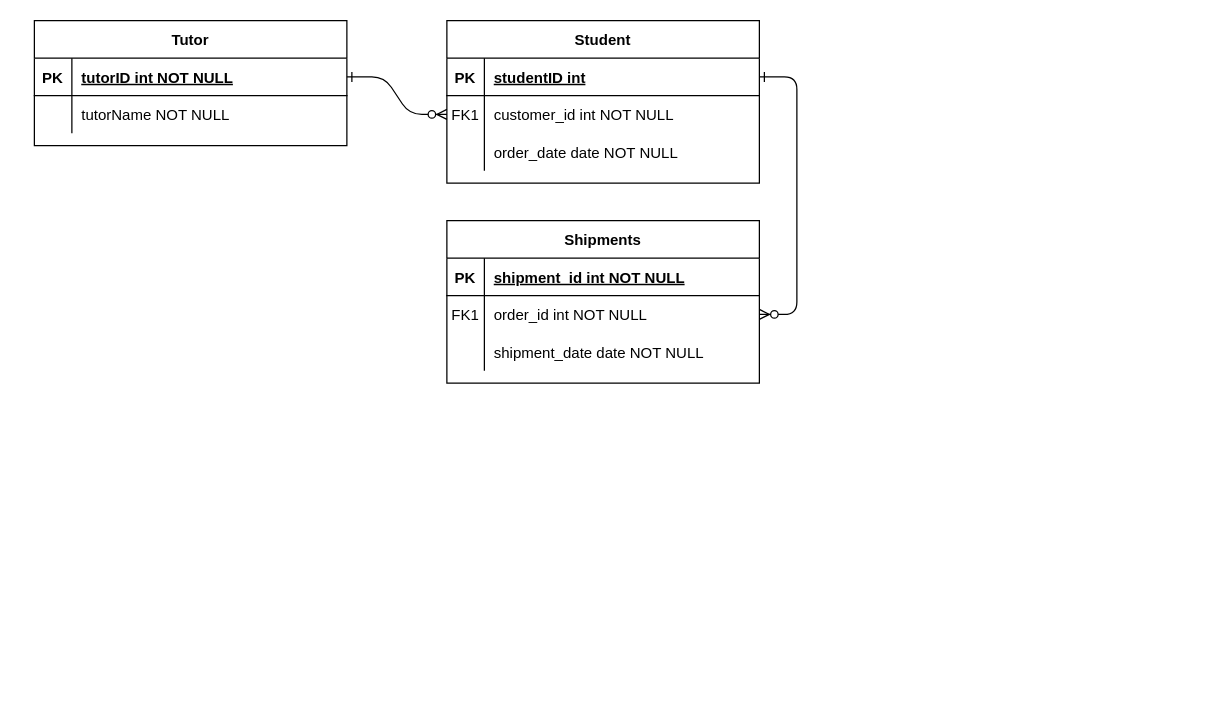
Above: Untitled Diagram.drawio in MuziCodes/Testing (draw.io), before the change. Source tidied: cells renumbered, new cells numbered last; positions are measured from the earlier drawing's top-left corner, leaving out a move shared by most shapes. Both pictures are drawn from the tidied source at 125%, with x=0, y=0 at pixel (34, 20).
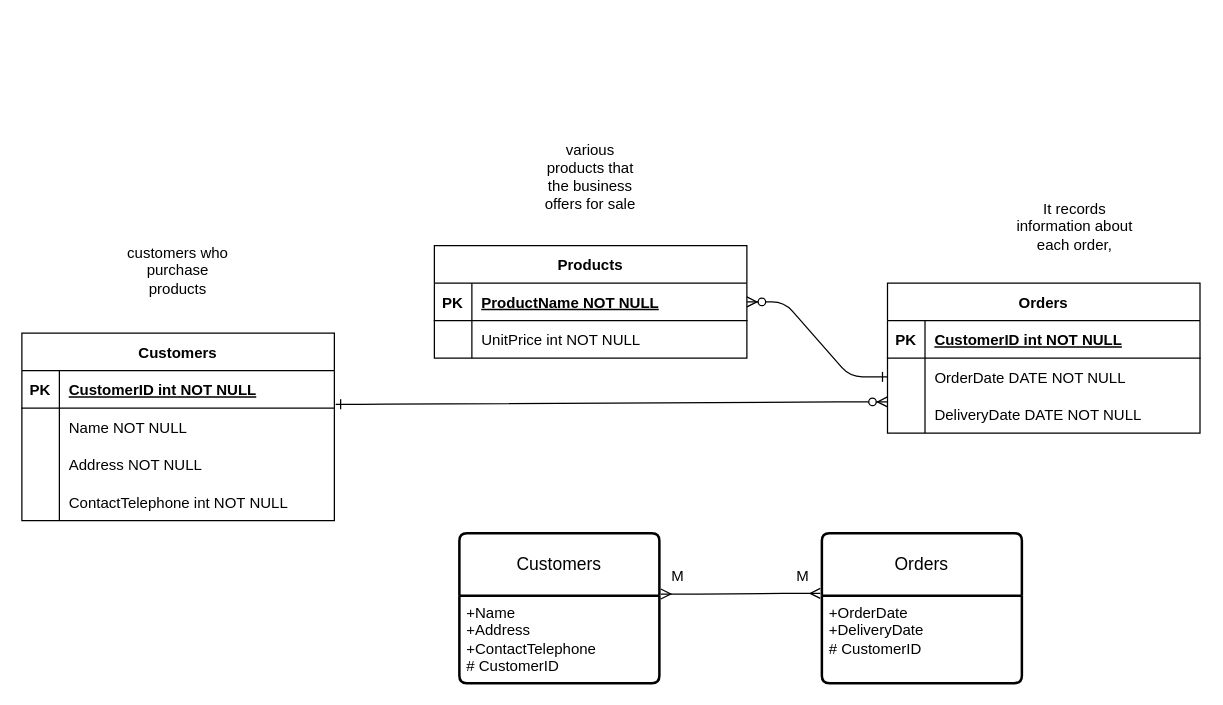
After the change.

Unchanged cells that the change refers to:
```xml
<mxCell id="5" style="shape=partialRectangle;fillColor=none;points=[[0,0.5],[1,0.5]];portConstraint=eastwest;top=0;left=0;right=0;bottom=1;" parent="4" vertex="1">
  <mxGeometry y="30" width="250" height="30" as="geometry" />
</mxCell>
<mxCell id="8" style="shape=partialRectangle;fillColor=none;points=[[0,0.5],[1,0.5]];portConstraint=eastwest;top=0;left=0;right=0;bottom=0;" parent="4" vertex="1">
  <mxGeometry y="60" width="250" height="30" as="geometry" />
</mxCell>
<mxCell id="15" style="shape=partialRectangle;fillColor=none;top=0;left=0;right=0;bottom=1;" parent="14" vertex="1">
  <mxGeometry y="30" width="250" height="30" as="geometry" />
</mxCell>
<mxCell id="18" style="shape=partialRectangle;fillColor=none;points=[[0,0.5],[1,0.5]];portConstraint=eastwest;top=0;left=0;right=0;bottom=0;" parent="14" vertex="1">
  <mxGeometry y="60" width="250" height="30" as="geometry" />
</mxCell>
<mxCell id="21" style="shape=partialRectangle;fillColor=none;top=0;left=0;right=0;bottom=0;" parent="14" vertex="1">
  <mxGeometry y="90" width="250" height="30" as="geometry" />
</mxCell>
```

The edit, as a diff of the source:
```diff
@@
-    <mxCell id="2" style="edgeStyle=entityRelationEdgeStyle;endArrow=ERzeroToMany;startArrow=ERone;endFill=1;startFill=0;" parent="1" edge="1" source="25" target="8">
-      <mxGeometry relative="1" as="geometry" />
+    <mxCell id="2" style="edgeStyle=entityRelationEdgeStyle;endArrow=ERzeroToMany;startArrow=ERone;endFill=1;startFill=0;exitX=1.004;exitY=0.898;exitDx=0;exitDy=0;exitPerimeter=0;" parent="1" edge="1" source="25">
+      <mxGeometry relative="1" as="geometry">
+        <mxPoint x="682.5" y="305" as="targetPoint" />
+      </mxGeometry>
     </mxCell>
-    <mxCell id="3" style="edgeStyle=entityRelationEdgeStyle;endArrow=ERzeroToMany;startArrow=ERone;endFill=1;startFill=0;" parent="1" edge="1" source="5" target="18">
+    <mxCell id="3" style="edgeStyle=entityRelationEdgeStyle;endArrow=ERzeroToMany;startArrow=ERone;endFill=1;startFill=0;exitX=0;exitY=0.5;exitDx=0;exitDy=0;entryX=1;entryY=0.5;entryDx=0;entryDy=0;" parent="1" edge="1" source="18" target="5">
       <mxGeometry relative="1" as="geometry" />
     </mxCell>
+    <mxCell id="24" value="Customers" style="shape=table;startSize=30;childLayout=tableLayout;rowLines=0;fontStyle=1;align=center;" parent="1" vertex="1">
+      <mxGeometry x="-10" y="250" width="250" height="150" as="geometry" />
+    </mxCell>
+    <mxCell id="25" style="shape=partialRectangle;fillColor=none;points=[[0,0.5],[1,0.5]];portConstraint=eastwest;top=0;left=0;right=0;bottom=1;" parent="24" vertex="1">
+      <mxGeometry y="30" width="250" height="30" as="geometry" />
+    </mxCell>
+    <mxCell id="26" value="PK" style="shape=partialRectangle;overflow=hidden;fillColor=none;top=0;left=0;bottom=0;right=0;fontStyle=1;" parent="25" vertex="1">
+      <mxGeometry width="30" height="30" as="geometry" />
+    </mxCell>
+    <mxCell id="27" value="CustomerID int NOT NULL" style="shape=partialRectangle;overflow=hidden;fillColor=none;top=0;left=0;bottom=0;right=0;align=left;spacingLeft=6;fontStyle=5;" parent="25" vertex="1">
+      <mxGeometry x="30" width="220" height="30" as="geometry" />
+    </mxCell>
+    <mxCell id="28" style="shape=partialRectangle;fillColor=none;top=0;left=0;right=0;bottom=0;" parent="24" vertex="1">
+      <mxGeometry y="60" width="250" height="30" as="geometry" />
+    </mxCell>
+    <mxCell id="29" style="shape=partialRectangle;overflow=hidden;fillColor=none;top=0;left=0;bottom=0;right=0;" parent="28" vertex="1">
+      <mxGeometry width="30" height="30" as="geometry" />
+    </mxCell>
+    <mxCell id="30" value="Name NOT NULL" style="shape=partialRectangle;overflow=hidden;fillColor=none;top=0;left=0;bottom=0;right=0;align=left;spacingLeft=6;" parent="28" vertex="1">
+      <mxGeometry x="30" width="220" height="30" as="geometry" />
+    </mxCell>
+    <mxCell id="11" style="shape=partialRectangle;fillColor=none;top=0;left=0;right=0;bottom=0;" parent="24" vertex="1">
+      <mxGeometry y="90" width="250" height="30" as="geometry" />
+    </mxCell>
+    <mxCell id="31" style="shape=partialRectangle;overflow=hidden;fillColor=none;top=0;left=0;bottom=0;right=0;" parent="11" vertex="1">
+      <mxGeometry width="30" height="30" as="geometry" />
+    </mxCell>
+    <mxCell id="32" value="Address NOT NULL" style="shape=partialRectangle;overflow=hidden;fillColor=none;top=0;left=0;bottom=0;right=0;align=left;spacingLeft=6;" parent="11" vertex="1">
+      <mxGeometry x="30" width="220" height="30" as="geometry" />
+    </mxCell>
+    <mxCell id="33" style="shape=partialRectangle;fillColor=none;top=0;left=0;right=0;bottom=0;" parent="24" vertex="1">
+      <mxGeometry y="120" width="250" height="30" as="geometry" />
+    </mxCell>
+    <mxCell id="34" style="shape=partialRectangle;overflow=hidden;fillColor=none;top=0;left=0;bottom=0;right=0;" parent="33" vertex="1">
+      <mxGeometry width="30" height="30" as="geometry" />
+    </mxCell>
+    <mxCell id="35" value="ContactTelephone int NOT NULL" style="shape=partialRectangle;overflow=hidden;fillColor=none;top=0;left=0;bottom=0;right=0;align=left;spacingLeft=6;" parent="33" vertex="1">
+      <mxGeometry x="30" width="220" height="30" as="geometry" />
+    </mxCell>
+    <mxCell id="36" value="customers who purchase products" style="text;html=1;strokeColor=none;fillColor=none;align=center;verticalAlign=middle;whiteSpace=wrap;rounded=0;" parent="1" vertex="1">
+      <mxGeometry x="65" y="170" width="100" height="60" as="geometry" />
+    </mxCell>
+    <mxCell id="37" value="various products that the business offers for sale" style="text;html=1;strokeColor=none;fillColor=none;align=center;verticalAlign=middle;whiteSpace=wrap;rounded=0;" parent="1" vertex="1">
+      <mxGeometry x="400" y="110" width="90" height="30" as="geometry" />
+    </mxCell>
+    <mxCell id="38" value="It records information about each order, " style="text;html=1;strokeColor=none;fillColor=none;align=center;verticalAlign=middle;whiteSpace=wrap;rounded=0;" parent="1" vertex="1">
+      <mxGeometry x="780" y="140" width="105" height="50" as="geometry" />
+    </mxCell>
-    <mxCell id="4" value="Student" style="shape=table;startSize=30;childLayout=tableLayout;rowLines=0;fontStyle=1;align=center;" parent="1" vertex="1">
-      <mxGeometry x="330" width="250" height="130" as="geometry" />
+    <mxCell id="4" value="Products" style="shape=table;startSize=30;childLayout=tableLayout;rowLines=0;fontStyle=1;align=center;" parent="1" vertex="1">
+      <mxGeometry x="320" y="180" width="250" height="90" as="geometry" />
     </mxCell>
@@
-    <mxCell id="7" value="studentID int" style="shape=partialRectangle;overflow=hidden;fillColor=none;top=0;left=0;bottom=0;right=0;align=left;spacingLeft=6;fontStyle=5;" parent="5" vertex="1">
+    <mxCell id="7" value="ProductName NOT NULL" style="shape=partialRectangle;overflow=hidden;fillColor=none;top=0;left=0;bottom=0;right=0;align=left;spacingLeft=6;fontStyle=5;" parent="5" vertex="1">
       <mxGeometry x="30" width="220" height="30" as="geometry" />
     </mxCell>
@@
-    <mxCell id="9" value="FK1" style="shape=partialRectangle;overflow=hidden;fillColor=none;top=0;left=0;bottom=0;right=0;" parent="8" vertex="1">
+    <mxCell id="9" style="shape=partialRectangle;overflow=hidden;fillColor=none;top=0;left=0;bottom=0;right=0;" parent="8" vertex="1">
       <mxGeometry width="30" height="30" as="geometry" />
     </mxCell>
-    <mxCell id="10" value="customer_id int NOT NULL" style="shape=partialRectangle;overflow=hidden;fillColor=none;top=0;left=0;bottom=0;right=0;align=left;spacingLeft=6;" parent="8" vertex="1">
+    <mxCell id="10" value="UnitPrice int NOT NULL" style="shape=partialRectangle;overflow=hidden;fillColor=none;top=0;left=0;bottom=0;right=0;align=left;spacingLeft=6;" parent="8" vertex="1">
       <mxGeometry x="30" width="220" height="30" as="geometry" />
     </mxCell>
-    <mxCell id="11" style="shape=partialRectangle;fillColor=none;top=0;left=0;right=0;bottom=0;" parent="4" vertex="1">
-      <mxGeometry y="90" width="250" height="30" as="geometry" />
-    </mxCell>
-    <mxCell id="12" style="shape=partialRectangle;overflow=hidden;fillColor=none;top=0;left=0;bottom=0;right=0;" parent="11" vertex="1">
-      <mxGeometry width="30" height="30" as="geometry" />
-    </mxCell>
-    <mxCell id="13" value="order_date date NOT NULL" style="shape=partialRectangle;overflow=hidden;fillColor=none;top=0;left=0;bottom=0;right=0;align=left;spacingLeft=6;" parent="11" vertex="1">
-      <mxGeometry x="30" width="220" height="30" as="geometry" />
-    </mxCell>
-    <mxCell id="14" value="Shipments" style="shape=table;startSize=30;childLayout=tableLayout;rowLines=0;fontStyle=1;align=center;" parent="1" vertex="1">
-      <mxGeometry x="330" y="160" width="250" height="130" as="geometry" />
+    <mxCell id="14" value="Orders" style="shape=table;startSize=30;childLayout=tableLayout;rowLines=0;fontStyle=1;align=center;" parent="1" vertex="1">
+      <mxGeometry x="682.5" y="210" width="250" height="120" as="geometry" />
     </mxCell>
@@
-    <mxCell id="17" value="shipment_id int NOT NULL " style="shape=partialRectangle;overflow=hidden;fillColor=none;top=0;left=0;bottom=0;right=0;align=left;spacingLeft=6;fontStyle=5;" parent="15" vertex="1">
+    <mxCell id="17" value="CustomerID int NOT NULL " style="shape=partialRectangle;overflow=hidden;fillColor=none;top=0;left=0;bottom=0;right=0;align=left;spacingLeft=6;fontStyle=5;" parent="15" vertex="1">
       <mxGeometry x="30" width="220" height="30" as="geometry" />
     </mxCell>
@@
-    <mxCell id="19" value="FK1" style="shape=partialRectangle;overflow=hidden;fillColor=none;top=0;left=0;bottom=0;right=0;" parent="18" vertex="1">
+    <mxCell id="19" style="shape=partialRectangle;overflow=hidden;fillColor=none;top=0;left=0;bottom=0;right=0;" parent="18" vertex="1">
       <mxGeometry width="30" height="30" as="geometry" />
     </mxCell>
-    <mxCell id="20" value="order_id int NOT NULL" style="shape=partialRectangle;overflow=hidden;fillColor=none;top=0;left=0;bottom=0;right=0;align=left;spacingLeft=6;" parent="18" vertex="1">
+    <mxCell id="20" value="OrderDate DATE NOT NULL" style="shape=partialRectangle;overflow=hidden;fillColor=none;top=0;left=0;bottom=0;right=0;align=left;spacingLeft=6;" parent="18" vertex="1">
       <mxGeometry x="30" width="220" height="30" as="geometry" />
     </mxCell>
@@
-    <mxCell id="23" value="shipment_date date NOT NULL" style="shape=partialRectangle;overflow=hidden;fillColor=none;top=0;left=0;bottom=0;right=0;align=left;spacingLeft=6;" parent="21" vertex="1">
+    <mxCell id="23" value="DeliveryDate DATE NOT NULL" style="shape=partialRectangle;overflow=hidden;fillColor=none;top=0;left=0;bottom=0;right=0;align=left;spacingLeft=6;" parent="21" vertex="1">
       <mxGeometry x="30" width="220" height="30" as="geometry" />
     </mxCell>
-    <mxCell id="24" value="Tutor" style="shape=table;startSize=30;childLayout=tableLayout;rowLines=0;fontStyle=1;align=center;" parent="1" vertex="1">
-      <mxGeometry width="250" height="100" as="geometry" />
-    </mxCell>
-    <mxCell id="25" style="shape=partialRectangle;fillColor=none;points=[[0,0.5],[1,0.5]];portConstraint=eastwest;top=0;left=0;right=0;bottom=1;" parent="24" vertex="1">
-      <mxGeometry y="30" width="250" height="30" as="geometry" />
-    </mxCell>
-    <mxCell id="26" value="PK" style="shape=partialRectangle;overflow=hidden;fillColor=none;top=0;left=0;bottom=0;right=0;fontStyle=1;" parent="25" vertex="1">
-      <mxGeometry width="30" height="30" as="geometry" />
-    </mxCell>
-    <mxCell id="27" value="tutorID int NOT NULL" style="shape=partialRectangle;overflow=hidden;fillColor=none;top=0;left=0;bottom=0;right=0;align=left;spacingLeft=6;fontStyle=5;" parent="25" vertex="1">
-      <mxGeometry x="30" width="220" height="30" as="geometry" />
-    </mxCell>
-    <mxCell id="28" style="shape=partialRectangle;fillColor=none;top=0;left=0;right=0;bottom=0;" parent="24" vertex="1">
-      <mxGeometry y="60" width="250" height="30" as="geometry" />
-    </mxCell>
-    <mxCell id="29" style="shape=partialRectangle;overflow=hidden;fillColor=none;top=0;left=0;bottom=0;right=0;" parent="28" vertex="1">
-      <mxGeometry width="30" height="30" as="geometry" />
-    </mxCell>
-    <mxCell id="30" value="tutorName NOT NULL" style="shape=partialRectangle;overflow=hidden;fillColor=none;top=0;left=0;bottom=0;right=0;align=left;spacingLeft=6;" parent="28" vertex="1">
-      <mxGeometry x="30" width="220" height="30" as="geometry" />
-    </mxCell>
+    <mxCell id="39" value="Customers" style="swimlane;horizontal=1;startSize=50;rounded=1;fontSize=14;fontStyle=0;strokeWidth=2;shadow=0;dashed=0;align=center;arcSize=4;whiteSpace=wrap;html=1;" parent="1" vertex="1">
+      <mxGeometry x="340" y="410" width="160" height="120" as="geometry" />
+    </mxCell>
+    <mxCell id="40" value="&lt;div&gt;+Name&lt;/div&gt;&lt;div&gt;+Address&lt;/div&gt;&lt;div&gt;+ContactTelephone&lt;br&gt;&lt;/div&gt;&lt;div&gt;# CustomerID &lt;/div&gt;" style="align=left;strokeColor=none;fillColor=none;spacingLeft=4;fontSize=12;verticalAlign=top;html=1;" parent="39" vertex="1">
+      <mxGeometry y="50" width="160" height="70" as="geometry" />
+    </mxCell>
+    <mxCell id="41" value="Orders" style="swimlane;horizontal=1;startSize=50;rounded=1;fontSize=14;fontStyle=0;strokeWidth=2;shadow=0;dashed=0;align=center;arcSize=4;whiteSpace=wrap;html=1;" parent="1" vertex="1">
+      <mxGeometry x="630" y="410" width="160" height="120" as="geometry" />
+    </mxCell>
+    <mxCell id="42" value="&lt;div&gt;+OrderDate &lt;/div&gt;&lt;div&gt;+DeliveryDate &lt;/div&gt;&lt;div&gt;# CustomerID &lt;/div&gt;" style="align=left;strokeColor=none;fillColor=none;spacingLeft=4;fontSize=12;verticalAlign=top;html=1;" parent="41" vertex="1">
+      <mxGeometry y="50" width="160" height="70" as="geometry" />
+    </mxCell>
+    <mxCell id="43" style="edgeStyle=entityRelationEdgeStyle;fontSize=12;html=1;endArrow=ERmany;startArrow=ERmany;rounded=0;entryX=-0.008;entryY=0.402;entryDx=0;entryDy=0;entryPerimeter=0;exitX=1.007;exitY=0.406;exitDx=0;exitDy=0;exitPerimeter=0;" parent="1" edge="1" source="39" target="41">
+      <mxGeometry relative="1" as="geometry" />
+    </mxCell>
+    <mxCell id="44" value="M" style="text;html=1;strokeColor=none;fillColor=none;align=center;verticalAlign=middle;whiteSpace=wrap;rounded=0;" parent="1" vertex="1">
+      <mxGeometry x="470" y="430" width="90" height="30" as="geometry" />
+    </mxCell>
+    <mxCell id="45" value="M" style="text;html=1;strokeColor=none;fillColor=none;align=center;verticalAlign=middle;whiteSpace=wrap;rounded=0;" parent="1" vertex="1">
+      <mxGeometry x="570" y="430" width="90" height="30" as="geometry" />
+    </mxCell>
```
